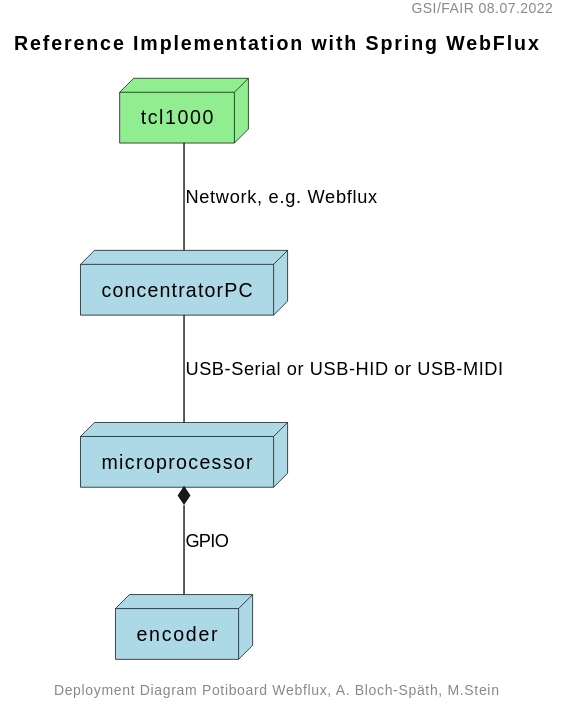
The PlantUML diagram evaluation/common/img/komponenten-uml-01.svg in steinmartin/encoder-positions-docs, before a commit.
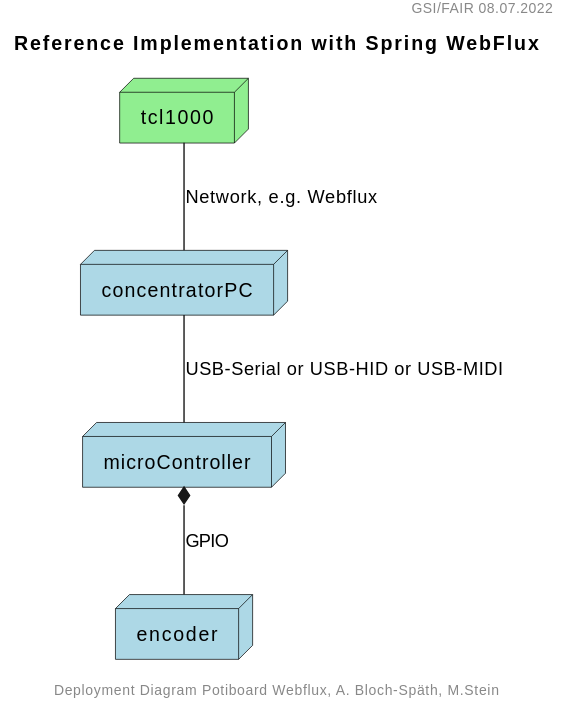
The same file after the commit.

The edit, as a diff of the source:
```diff
@@ -7,11 +7,11 @@
 
 node tcl1000 #lightgreen;line:black;text:black
 node concentratorPC #lightblue;line:black;text:black
-node microprocessor #lightblue;line:black;text:black
+node microController #lightblue;line:black;text:black
 node encoder #lightblue;line:black;text:black
 
-microprocessor *-- encoder : GPIO
-concentratorPC -- microprocessor : USB-Serial or USB-HID or USB-MIDI
+microController *-- encoder : GPIO
+concentratorPC -- microController : USB-Serial or USB-HID or USB-MIDI
 tcl1000 -- concentratorPC : Network, e.g. Webflux
 
 @enduml
```
